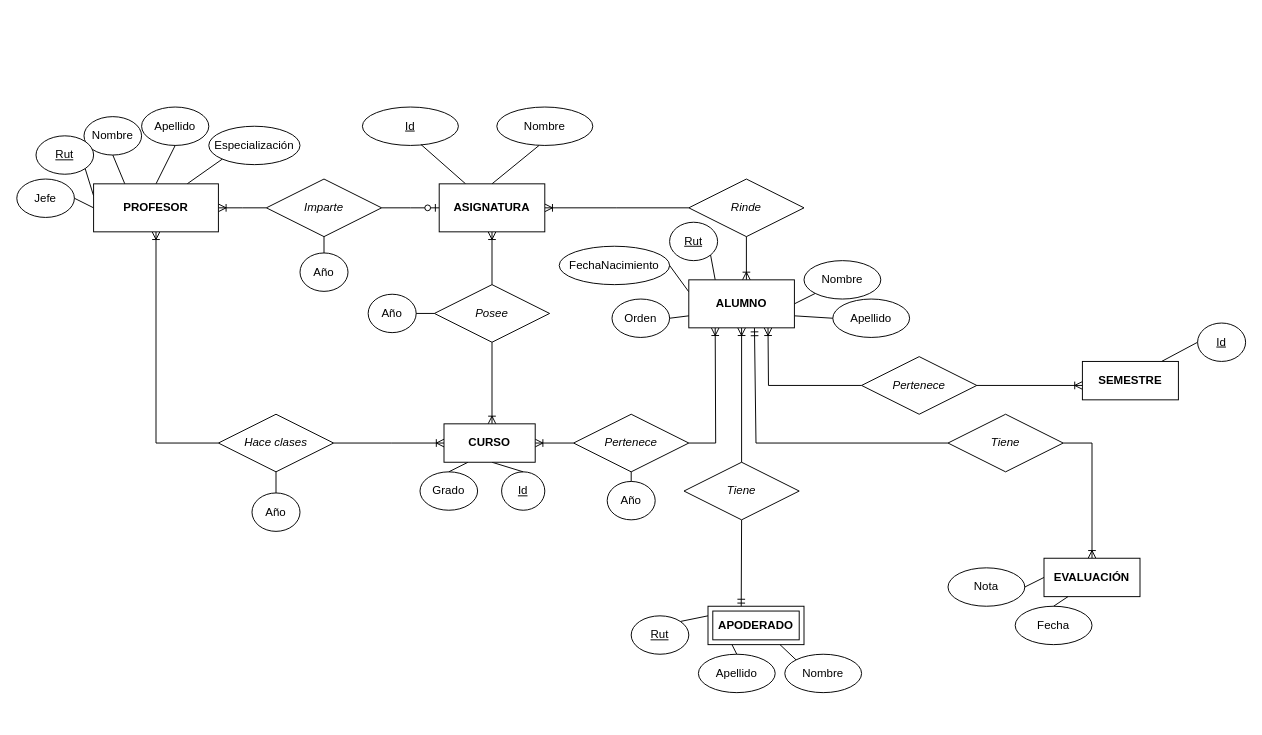
The draw.io diagram Mer colegio modificado 2.drawio in Javierlq/proyectoBD, before the edit. Source tidied: cells renumbered, new cells numbered last; positions are measured from the earlier drawing's top-left corner, leaving out a move shared by most shapes. Both pictures are drawn from the tidied source at 96%, with x=0, y=0 at pixel (16, 107).
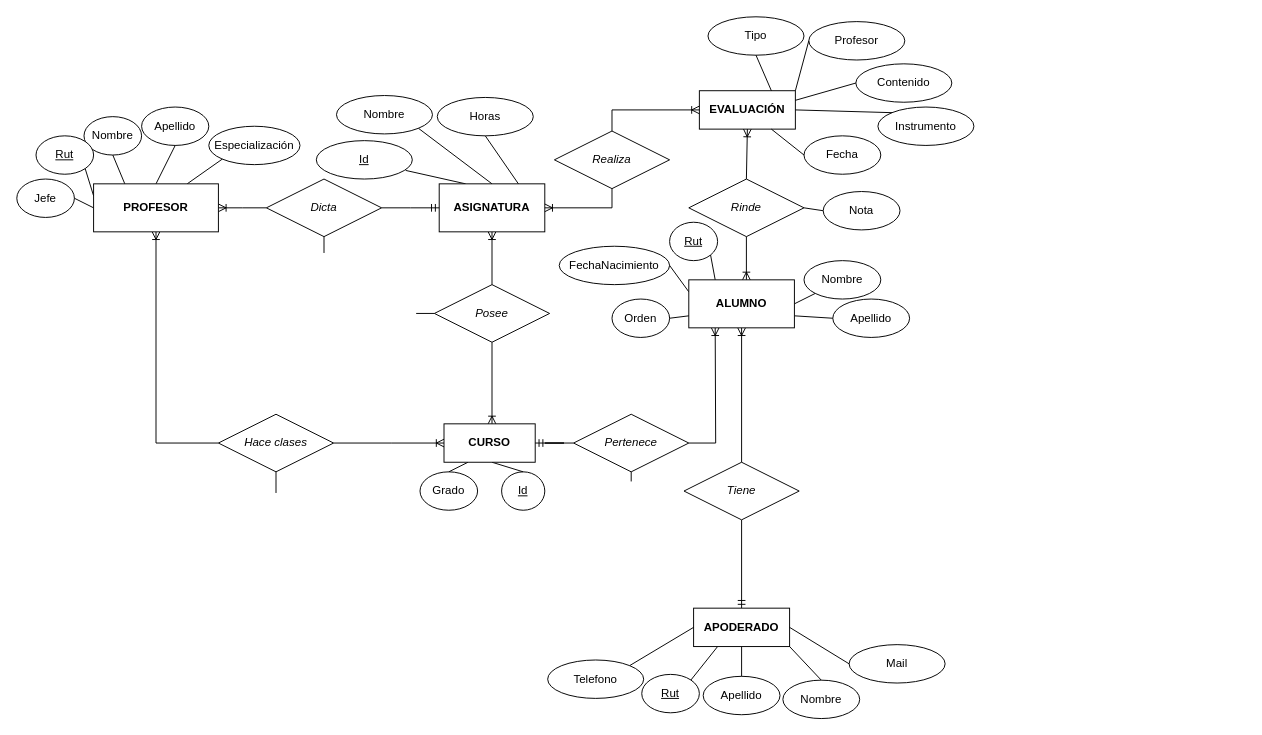
The same page after the edit.

Commit message:
Mer actualizado con feedback profesora Drawio

Unchanged cells that the change refers to:
```xml
<mxCell id="5" value="&lt;i&gt;Hace clases&lt;/i&gt;" style="shape=rhombus;perimeter=rhombusPerimeter;whiteSpace=wrap;html=1;align=center;" parent="1" vertex="1">
  <mxGeometry x="210" y="320" width="120" height="60" as="geometry" />
</mxCell>
<mxCell id="8" value="&lt;i&gt;Pertenece&lt;/i&gt;" style="shape=rhombus;perimeter=rhombusPerimeter;whiteSpace=wrap;html=1;align=center;" parent="1" vertex="1">
  <mxGeometry x="580" y="320" width="120" height="60" as="geometry" />
</mxCell>
<mxCell id="10" value="&lt;i&gt;Rinde&lt;/i&gt;" style="shape=rhombus;perimeter=rhombusPerimeter;whiteSpace=wrap;html=1;align=center;" parent="1" vertex="1">
  <mxGeometry x="700" y="75" width="120" height="60" as="geometry" />
</mxCell>
<mxCell id="38" value="&lt;i&gt;Tiene&lt;/i&gt;" style="shape=rhombus;perimeter=rhombusPerimeter;whiteSpace=wrap;html=1;align=center;" parent="1" vertex="1">
  <mxGeometry x="695" y="370" width="120" height="60" as="geometry" />
</mxCell>
<mxCell id="48" value="&lt;i&gt;Posee&lt;/i&gt;" style="shape=rhombus;perimeter=rhombusPerimeter;whiteSpace=wrap;html=1;align=center;" parent="1" vertex="1">
  <mxGeometry x="435" y="185" width="120" height="60" as="geometry" />
</mxCell>
<mxCell id="64" value="&lt;b&gt;ASIGNATURA&lt;/b&gt;" style="whiteSpace=wrap;html=1;align=center;" parent="1" vertex="1">
  <mxGeometry x="440" y="80" width="110" height="50" as="geometry" />
</mxCell>
<mxCell id="65" value="&lt;b&gt;CURSO&lt;/b&gt;" style="whiteSpace=wrap;html=1;align=center;" parent="1" vertex="1">
  <mxGeometry x="445" y="330" width="95" height="40" as="geometry" />
</mxCell>
```

Diff of the diagram source:
```diff
@@
-    <mxCell id="2" value="&lt;i&gt;Imparte&lt;/i&gt;" style="shape=rhombus;perimeter=rhombusPerimeter;whiteSpace=wrap;html=1;align=center;" parent="1" vertex="1">
+    <mxCell id="2" value="&lt;i&gt;Dicta&lt;/i&gt;" style="shape=rhombus;perimeter=rhombusPerimeter;whiteSpace=wrap;html=1;align=center;" parent="1" vertex="1">
       <mxGeometry x="260" y="75" width="120" height="60" as="geometry" />
     </mxCell>
-    <mxCell id="3" style="edgeStyle=elbowEdgeStyle;fontSize=12;html=1;endArrow=ERzeroToOne;endFill=1;rounded=0;entryX=0;entryY=0.5;entryDx=0;entryDy=0;exitX=1;exitY=0.5;exitDx=0;exitDy=0;" parent="1" edge="1" source="2">
-      <mxGeometry relative="1" as="geometry">
-        <mxPoint x="440" y="105" as="targetPoint" />
-      </mxGeometry>
-    </mxCell>
@@
-    <mxCell id="11" style="edgeStyle=elbowEdgeStyle;fontSize=12;html=1;endArrow=ERoneToMany;rounded=0;entryX=1;entryY=0.5;entryDx=0;entryDy=0;exitX=0;exitY=0.5;exitDx=0;exitDy=0;" parent="1" edge="1" source="10">
-      <mxGeometry relative="1" as="geometry">
-        <mxPoint x="550" y="105" as="targetPoint" />
-      </mxGeometry>
-    </mxCell>
@@
     <mxCell id="13" value="&lt;u&gt;Id&lt;/u&gt;" style="ellipse;whiteSpace=wrap;html=1;align=center;" parent="1" vertex="1">
-      <mxGeometry x="360" width="100" height="40" as="geometry" />
+      <mxGeometry x="312" y="35" width="100" height="40" as="geometry" />
     </mxCell>
     <mxCell id="14" value="Nombre" style="ellipse;whiteSpace=wrap;html=1;align=center;" parent="1" vertex="1">
-      <mxGeometry x="500" width="100" height="40" as="geometry" />
+      <mxGeometry x="333" y="-12" width="100" height="40" as="geometry" />
     </mxCell>
-    <mxCell id="15" style="endArrow=none;html=1;rounded=0;exitX=0.25;exitY=0;exitDx=0;exitDy=0;entryX=0.61;entryY=0.975;entryDx=0;entryDy=0;entryPerimeter=0;" parent="1" edge="1" source="64" target="13">
+    <mxCell id="15" style="endArrow=none;html=1;rounded=0;exitX=0.25;exitY=0;exitDx=0;exitDy=0;entryX=0.93;entryY=0.775;entryDx=0;entryDy=0;entryPerimeter=0;" parent="1" edge="1" source="64" target="13">
       <mxGeometry relative="1" as="geometry" />
     </mxCell>
-    <mxCell id="16" style="endArrow=none;html=1;rounded=0;exitX=0.5;exitY=0;exitDx=0;exitDy=0;entryX=0.44;entryY=1;entryDx=0;entryDy=0;entryPerimeter=0;" parent="1" edge="1" target="14">
+    <mxCell id="16" style="endArrow=none;html=1;rounded=0;exitX=0.5;exitY=0;exitDx=0;exitDy=0;entryX=1;entryY=1;entryDx=0;entryDy=0;" parent="1" edge="1" target="14">
       <mxGeometry relative="1" as="geometry">
         <mxPoint x="495" y="80" as="sourcePoint" />
       </mxGeometry>
     </mxCell>
@@
-    <mxCell id="37" style="fontSize=12;html=1;endArrow=ERmandOne;rounded=0;exitX=0.5;exitY=1;exitDx=0;exitDy=0;entryX=0.346;entryY=0.018;entryDx=0;entryDy=0;entryPerimeter=0;" parent="1" edge="1" source="38" target="41">
+    <mxCell id="37" style="fontSize=12;html=1;endArrow=ERmandOne;rounded=0;exitX=0.5;exitY=1;exitDx=0;exitDy=0;entryX=0.5;entryY=0;entryDx=0;entryDy=0;" parent="1" edge="1" source="38" target="41">
       <mxGeometry relative="1" as="geometry" />
     </mxCell>
@@
     <mxCell id="40" value="&lt;u&gt;Rut&lt;/u&gt;" style="ellipse;whiteSpace=wrap;html=1;align=center;" parent="1" vertex="1">
-      <mxGeometry x="640" y="530" width="60" height="40" as="geometry" />
+      <mxGeometry x="651" y="591" width="60" height="40" as="geometry" />
     </mxCell>
-    <mxCell id="41" value="&lt;b&gt;APODERADO&lt;/b&gt;" style="shape=ext;margin=3;double=1;whiteSpace=wrap;html=1;align=center;" parent="1" vertex="1">
-      <mxGeometry x="720" y="520" width="100" height="40" as="geometry" />
-    </mxCell>
     <mxCell id="42" value="Nombre" style="ellipse;whiteSpace=wrap;html=1;align=center;" parent="1" vertex="1">
-      <mxGeometry x="800" y="570" width="80" height="40" as="geometry" />
+      <mxGeometry x="798" y="597" width="80" height="40" as="geometry" />
     </mxCell>
     <mxCell id="43" value="Apellido" style="ellipse;whiteSpace=wrap;html=1;align=center;" parent="1" vertex="1">
-      <mxGeometry x="710" y="570" width="80" height="40" as="geometry" />
+      <mxGeometry x="715" y="593" width="80" height="40" as="geometry" />
     </mxCell>
-    <mxCell id="44" style="endArrow=none;html=1;rounded=0;entryX=0.25;entryY=1;entryDx=0;entryDy=0;exitX=0.5;exitY=0;exitDx=0;exitDy=0;" parent="1" edge="1" source="43" target="41">
+    <mxCell id="44" style="endArrow=none;html=1;rounded=0;entryX=0.5;entryY=1;entryDx=0;entryDy=0;exitX=0.5;exitY=0;exitDx=0;exitDy=0;" parent="1" edge="1" source="43" target="41">
       <mxGeometry relative="1" as="geometry" />
     </mxCell>
-    <mxCell id="45" style="endArrow=none;html=1;rounded=0;entryX=0;entryY=0;entryDx=0;entryDy=0;exitX=0.75;exitY=1;exitDx=0;exitDy=0;" parent="1" edge="1" source="41" target="42">
+    <mxCell id="45" style="endArrow=none;html=1;rounded=0;entryX=0.5;entryY=0;entryDx=0;entryDy=0;exitX=1;exitY=1;exitDx=0;exitDy=0;" parent="1" edge="1" source="41" target="42">
       <mxGeometry relative="1" as="geometry" />
     </mxCell>
-    <mxCell id="46" style="endArrow=none;html=1;rounded=0;entryX=1;entryY=0;entryDx=0;entryDy=0;exitX=0;exitY=0.25;exitDx=0;exitDy=0;" parent="1" edge="1" source="41" target="40">
+    <mxCell id="46" style="endArrow=none;html=1;rounded=0;entryX=1;entryY=0;entryDx=0;entryDy=0;exitX=0.25;exitY=1;exitDx=0;exitDy=0;" parent="1" edge="1" source="41" target="40">
       <mxGeometry relative="1" as="geometry" />
     </mxCell>
-    <mxCell id="47" style="fontSize=12;html=1;endArrow=ERoneToMany;rounded=0;entryX=1;entryY=0.5;entryDx=0;entryDy=0;" parent="1" edge="1" source="8" target="65">
-      <mxGeometry relative="1" as="geometry" />
-    </mxCell>
@@
-    <mxCell id="53" style="fontSize=12;html=1;endArrow=ERoneToMany;rounded=0;entryX=0.75;entryY=1;entryDx=0;entryDy=0;" parent="1" edge="1" source="54">
-      <mxGeometry relative="1" as="geometry">
-        <mxPoint x="782.5" y="230" as="targetPoint" />
-        <Array as="points">
-          <mxPoint x="783" y="290" />
-        </Array>
-      </mxGeometry>
-    </mxCell>
-    <mxCell id="54" value="&lt;i&gt;Pertenece&lt;/i&gt;" style="shape=rhombus;perimeter=rhombusPerimeter;whiteSpace=wrap;html=1;align=center;" parent="1" vertex="1">
-      <mxGeometry x="880" y="260" width="120" height="60" as="geometry" />
-    </mxCell>
-    <mxCell id="55" style="fontSize=12;html=1;endArrow=ERoneToMany;rounded=0;exitX=1;exitY=0.5;exitDx=0;exitDy=0;entryX=0;entryY=0.5;entryDx=0;entryDy=0;" parent="1" edge="1" source="54">
-      <mxGeometry relative="1" as="geometry">
-        <mxPoint x="1110" y="290" as="targetPoint" />
-      </mxGeometry>
-    </mxCell>
-    <mxCell id="56" style="endArrow=none;html=1;rounded=0;entryX=0.75;entryY=0;entryDx=0;entryDy=0;exitX=0;exitY=0.5;exitDx=0;exitDy=0;" parent="1" edge="1" source="57">
-      <mxGeometry relative="1" as="geometry">
-        <mxPoint x="1192.5" y="265" as="targetPoint" />
-      </mxGeometry>
-    </mxCell>
-    <mxCell id="57" value="&lt;u&gt;Id&lt;/u&gt;" style="ellipse;whiteSpace=wrap;html=1;align=center;" parent="1" vertex="1">
-      <mxGeometry x="1230" y="225" width="50" height="40" as="geometry" />
-    </mxCell>
-    <mxCell id="58" value="&lt;i&gt;Tiene&lt;/i&gt;" style="shape=rhombus;perimeter=rhombusPerimeter;whiteSpace=wrap;html=1;align=center;" parent="1" vertex="1">
-      <mxGeometry x="970" y="320" width="120" height="60" as="geometry" />
-    </mxCell>
-    <mxCell id="59" style="fontSize=12;html=1;endArrow=ERmandOne;rounded=0;exitX=0;exitY=0.5;exitDx=0;exitDy=0;entryX=0.622;entryY=1.004;entryDx=0;entryDy=0;entryPerimeter=0;" parent="1" edge="1" source="58">
-      <mxGeometry relative="1" as="geometry">
-        <mxPoint x="768.4" y="230.2" as="targetPoint" />
-        <Array as="points">
-          <mxPoint x="770" y="350" />
-        </Array>
-      </mxGeometry>
-    </mxCell>
-    <mxCell id="60" style="fontSize=12;html=1;endArrow=ERoneToMany;rounded=0;exitX=1;exitY=0.5;exitDx=0;exitDy=0;" parent="1" edge="1" source="58">
-      <mxGeometry relative="1" as="geometry">
-        <mxPoint x="1120" y="470" as="targetPoint" />
-        <Array as="points">
-          <mxPoint x="1120" y="350" />
-        </Array>
-      </mxGeometry>
-    </mxCell>
-    <mxCell id="61" style="endArrow=none;html=1;rounded=0;entryX=0;entryY=0.5;entryDx=0;entryDy=0;exitX=1;exitY=0.5;exitDx=0;exitDy=0;" parent="1" edge="1" source="62">
-      <mxGeometry relative="1" as="geometry">
-        <mxPoint x="1070" y="490" as="targetPoint" />
-      </mxGeometry>
+    <mxCell id="61" style="endArrow=none;html=1;rounded=0;entryX=1;entryY=0.5;entryDx=0;entryDy=0;exitX=0;exitY=0.5;exitDx=0;exitDy=0;" parent="1" edge="1" source="62" target="10">
+      <mxGeometry relative="1" as="geometry" />
     </mxCell>
     <mxCell id="62" value="Nota" style="ellipse;whiteSpace=wrap;html=1;align=center;" parent="1" vertex="1">
-      <mxGeometry x="970" y="480" width="80" height="40" as="geometry" />
+      <mxGeometry x="840" y="88" width="80" height="40" as="geometry" />
     </mxCell>
@@
     <mxCell id="67" value="&lt;b&gt;EVALUACIÓN&lt;/b&gt;" style="whiteSpace=wrap;html=1;align=center;" parent="1" vertex="1">
-      <mxGeometry x="1070" y="470" width="100" height="40" as="geometry" />
+      <mxGeometry x="711" y="-17" width="100" height="40" as="geometry" />
     </mxCell>
-    <mxCell id="68" value="&lt;b&gt;SEMESTRE&lt;/b&gt;" style="whiteSpace=wrap;html=1;align=center;" parent="1" vertex="1">
-      <mxGeometry x="1110" y="265" width="100" height="40" as="geometry" />
-    </mxCell>
     <mxCell id="69" value="Fecha" style="ellipse;whiteSpace=wrap;html=1;align=center;" parent="1" vertex="1">
-      <mxGeometry x="1040" y="520" width="80" height="40" as="geometry" />
+      <mxGeometry x="820" y="30" width="80" height="40" as="geometry" />
     </mxCell>
-    <mxCell id="70" style="endArrow=none;html=1;rounded=0;entryX=0.25;entryY=1;entryDx=0;entryDy=0;exitX=0.5;exitY=0;exitDx=0;exitDy=0;" parent="1" edge="1" source="69" target="67">
+    <mxCell id="70" style="endArrow=none;html=1;rounded=0;entryX=0.75;entryY=1;entryDx=0;entryDy=0;exitX=0;exitY=0.5;exitDx=0;exitDy=0;" parent="1" edge="1" source="69" target="67">
       <mxGeometry relative="1" as="geometry" />
     </mxCell>
@@
-    <mxCell id="73" style="endArrow=none;html=1;rounded=0;entryX=0.5;entryY=1;entryDx=0;entryDy=0;exitX=0.5;exitY=0;exitDx=0;exitDy=0;" parent="1" edge="1" source="74" target="8">
-      <mxGeometry relative="1" as="geometry" />
+    <mxCell id="73" style="endArrow=none;html=1;rounded=0;entryX=0.5;entryY=1;entryDx=0;entryDy=0;exitX=0.5;exitY=0;exitDx=0;exitDy=0;" parent="1" edge="1" target="8">
+      <mxGeometry relative="1" as="geometry">
+        <mxPoint x="640" y="390" as="sourcePoint" />
+      </mxGeometry>
     </mxCell>
-    <mxCell id="74" value="Año" style="ellipse;whiteSpace=wrap;html=1;align=center;" parent="1" vertex="1">
-      <mxGeometry x="615" y="390" width="50" height="40" as="geometry" />
-    </mxCell>
-    <mxCell id="75" value="Año" style="ellipse;whiteSpace=wrap;html=1;align=center;" parent="1" vertex="1">
-      <mxGeometry x="295" y="152" width="50" height="40" as="geometry" />
-    </mxCell>
-    <mxCell id="76" value="Año" style="ellipse;whiteSpace=wrap;html=1;align=center;" parent="1" vertex="1">
-      <mxGeometry x="366" y="195" width="50" height="40" as="geometry" />
-    </mxCell>
-    <mxCell id="77" style="endArrow=none;html=1;rounded=0;entryX=0;entryY=0.5;entryDx=0;entryDy=0;exitX=1;exitY=0.5;exitDx=0;exitDy=0;" parent="1" edge="1" source="76" target="48">
-      <mxGeometry relative="1" as="geometry" />
+    <mxCell id="77" style="endArrow=none;html=1;rounded=0;entryX=0;entryY=0.5;entryDx=0;entryDy=0;exitX=1;exitY=0.5;exitDx=0;exitDy=0;" parent="1" edge="1" target="48">
+      <mxGeometry relative="1" as="geometry">
+        <mxPoint x="416" y="215" as="sourcePoint" />
+      </mxGeometry>
     </mxCell>
-    <mxCell id="78" style="endArrow=none;html=1;rounded=0;entryX=0.5;entryY=1;entryDx=0;entryDy=0;exitX=0.5;exitY=0;exitDx=0;exitDy=0;" parent="1" edge="1" source="75" target="2">
-      <mxGeometry relative="1" as="geometry" />
+    <mxCell id="78" style="endArrow=none;html=1;rounded=0;entryX=0.5;entryY=1;entryDx=0;entryDy=0;exitX=0.5;exitY=0;exitDx=0;exitDy=0;" parent="1" edge="1" target="2">
+      <mxGeometry relative="1" as="geometry">
+        <mxPoint x="320" y="152" as="sourcePoint" />
+      </mxGeometry>
     </mxCell>
-    <mxCell id="79" value="Año" style="ellipse;whiteSpace=wrap;html=1;align=center;" parent="1" vertex="1">
-      <mxGeometry x="245" y="402" width="50" height="40" as="geometry" />
-    </mxCell>
-    <mxCell id="80" style="endArrow=none;html=1;rounded=0;entryX=0.5;entryY=1;entryDx=0;entryDy=0;exitX=0.5;exitY=0;exitDx=0;exitDy=0;" parent="1" edge="1" source="79" target="5">
-      <mxGeometry relative="1" as="geometry" />
+    <mxCell id="80" style="endArrow=none;html=1;rounded=0;entryX=0.5;entryY=1;entryDx=0;entryDy=0;exitX=0.5;exitY=0;exitDx=0;exitDy=0;" parent="1" edge="1" target="5">
+      <mxGeometry relative="1" as="geometry">
+        <mxPoint x="270" y="402" as="sourcePoint" />
+      </mxGeometry>
     </mxCell>
+    <mxCell id="81" value="Horas" style="ellipse;whiteSpace=wrap;html=1;align=center;" parent="1" vertex="1">
+      <mxGeometry x="438" y="-10" width="100" height="40" as="geometry" />
+    </mxCell>
+    <mxCell id="82" style="endArrow=none;html=1;rounded=0;entryX=0.5;entryY=1;entryDx=0;entryDy=0;exitX=0.75;exitY=0;exitDx=0;exitDy=0;" parent="1" edge="1" source="64" target="81">
+      <mxGeometry relative="1" as="geometry" />
+    </mxCell>
+    <mxCell id="41" value="&lt;b&gt;APODERADO&lt;/b&gt;" style="whiteSpace=wrap;html=1;align=center;" parent="1" vertex="1">
+      <mxGeometry x="705" y="522" width="100" height="40" as="geometry" />
+    </mxCell>
+    <mxCell id="83" value="Mail" style="ellipse;whiteSpace=wrap;html=1;align=center;" parent="1" vertex="1">
+      <mxGeometry x="867" y="560" width="100" height="40" as="geometry" />
+    </mxCell>
+    <mxCell id="84" value="Telefono" style="ellipse;whiteSpace=wrap;html=1;align=center;" parent="1" vertex="1">
+      <mxGeometry x="553" y="576" width="100" height="40" as="geometry" />
+    </mxCell>
+    <mxCell id="85" style="endArrow=none;html=1;rounded=0;entryX=0;entryY=0.5;entryDx=0;entryDy=0;exitX=1;exitY=0.5;exitDx=0;exitDy=0;" parent="1" edge="1" source="41" target="83">
+      <mxGeometry relative="1" as="geometry" />
+    </mxCell>
+    <mxCell id="86" style="endArrow=none;html=1;rounded=0;entryX=1;entryY=0;entryDx=0;entryDy=0;exitX=0;exitY=0.5;exitDx=0;exitDy=0;" parent="1" edge="1" source="41" target="84">
+      <mxGeometry relative="1" as="geometry" />
+    </mxCell>
+    <mxCell id="47" style="edgeStyle=entityRelationEdgeStyle;fontSize=12;html=1;endArrow=ERmandOne;rounded=0;exitX=0;exitY=0.5;exitDx=0;exitDy=0;entryX=1;entryY=0.5;entryDx=0;entryDy=0;" parent="1" edge="1" source="8" target="65">
+      <mxGeometry relative="1" as="geometry" />
+    </mxCell>
+    <mxCell id="87" style="fontSize=12;html=1;endArrow=ERoneToMany;rounded=0;exitX=0.5;exitY=0;exitDx=0;exitDy=0;entryX=0.5;entryY=1;entryDx=0;entryDy=0;" parent="1" edge="1" source="10" target="67">
+      <mxGeometry relative="1" as="geometry" />
+    </mxCell>
+    <mxCell id="88" value="Contenido" style="ellipse;whiteSpace=wrap;html=1;align=center;" parent="1" vertex="1">
+      <mxGeometry x="874" y="-45" width="100" height="40" as="geometry" />
+    </mxCell>
+    <mxCell id="89" value="Tipo" style="ellipse;whiteSpace=wrap;html=1;align=center;" parent="1" vertex="1">
+      <mxGeometry x="720" y="-94" width="100" height="40" as="geometry" />
+    </mxCell>
+    <mxCell id="90" value="Instrumento" style="ellipse;whiteSpace=wrap;html=1;align=center;" parent="1" vertex="1">
+      <mxGeometry x="897" width="100" height="40" as="geometry" />
+    </mxCell>
+    <mxCell id="91" value="Profesor" style="ellipse;whiteSpace=wrap;html=1;align=center;" parent="1" vertex="1">
+      <mxGeometry x="825" y="-89" width="100" height="40" as="geometry" />
+    </mxCell>
+    <mxCell id="92" style="endArrow=none;html=1;rounded=0;entryX=0.5;entryY=1;entryDx=0;entryDy=0;exitX=0.75;exitY=0;exitDx=0;exitDy=0;" parent="1" edge="1" source="67" target="89">
+      <mxGeometry relative="1" as="geometry" />
+    </mxCell>
+    <mxCell id="93" style="endArrow=none;html=1;rounded=0;entryX=0;entryY=0;entryDx=0;entryDy=0;exitX=1;exitY=0.5;exitDx=0;exitDy=0;" parent="1" edge="1" source="67" target="90">
+      <mxGeometry relative="1" as="geometry" />
+    </mxCell>
+    <mxCell id="94" style="endArrow=none;html=1;rounded=0;entryX=0;entryY=0.5;entryDx=0;entryDy=0;exitX=1;exitY=0.25;exitDx=0;exitDy=0;" parent="1" edge="1" source="67" target="88">
+      <mxGeometry relative="1" as="geometry" />
+    </mxCell>
+    <mxCell id="95" style="endArrow=none;html=1;rounded=0;entryX=0;entryY=0.5;entryDx=0;entryDy=0;exitX=1;exitY=0;exitDx=0;exitDy=0;" parent="1" edge="1" source="67" target="91">
+      <mxGeometry relative="1" as="geometry" />
+    </mxCell>
+    <mxCell id="96" value="&lt;i&gt;Realiza&lt;/i&gt;" style="shape=rhombus;perimeter=rhombusPerimeter;whiteSpace=wrap;html=1;align=center;" parent="1" vertex="1">
+      <mxGeometry x="560" y="25" width="120" height="60" as="geometry" />
+    </mxCell>
+    <mxCell id="97" style="edgeStyle=orthogonalEdgeStyle;fontSize=12;html=1;endArrow=ERoneToMany;rounded=0;exitX=0.5;exitY=1;exitDx=0;exitDy=0;entryX=1;entryY=0.5;entryDx=0;entryDy=0;" parent="1" edge="1" source="96" target="64">
+      <mxGeometry relative="1" as="geometry" />
+    </mxCell>
+    <mxCell id="98" style="edgeStyle=orthogonalEdgeStyle;fontSize=12;html=1;endArrow=ERoneToMany;rounded=0;exitX=0.5;exitY=0;exitDx=0;exitDy=0;entryX=0;entryY=0.5;entryDx=0;entryDy=0;" parent="1" edge="1" source="96" target="67">
+      <mxGeometry relative="1" as="geometry" />
+    </mxCell>
+    <mxCell id="99" style="edgeStyle=entityRelationEdgeStyle;fontSize=12;html=1;endArrow=ERmandOne;rounded=0;exitX=1;exitY=0.5;exitDx=0;exitDy=0;entryX=0;entryY=0.5;entryDx=0;entryDy=0;" parent="1" edge="1" source="2" target="64">
+      <mxGeometry relative="1" as="geometry" />
+    </mxCell>
```
